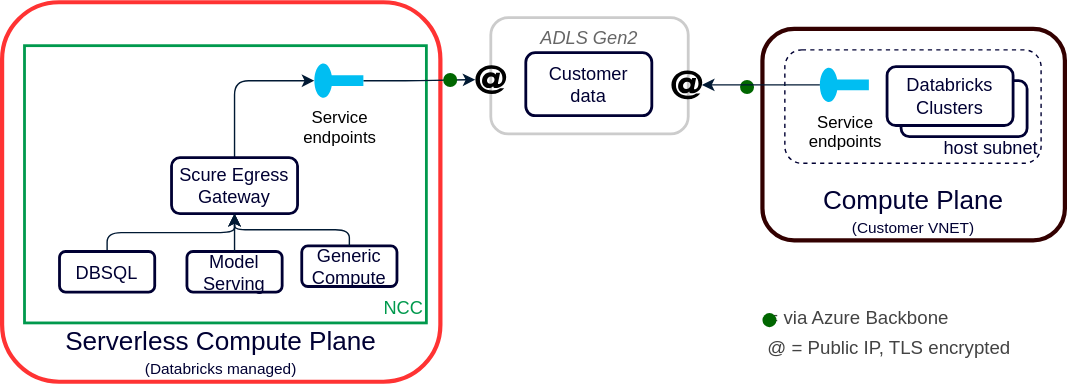
This is azure-databricks-adls-nw-rules-vnet-ncc-sep/drawio/architecture.drawio.svg from dinbab1984/terraform, a draw.io export, as it was before one commit. Source tidied: cells renumbered, new cells last; positions are measured from the earlier drawing's top-left corner, leaving out a move shared by most shapes. Source of this version:
```xml
<mxGraphModel background="#ffffff">
  <root>
    <mxCell id="0" />
    <mxCell id="1" parent="0" />
    <mxCell id="2" value="&lt;font style=&quot;font-size: 13px;&quot;&gt;&lt;i style=&quot;&quot;&gt;ADLS Gen2&lt;/i&gt;&lt;/font&gt;" style="text;whiteSpace=wrap;html=1;strokeColor=#CCCCCC;align=center;verticalAlign=top;fontColor=#666666;rounded=1;strokeWidth=2;shadow=0;" parent="1" vertex="1">
      <mxGeometry x="349" y="11" width="141" height="83" as="geometry" />
    </mxCell>
    <mxCell id="3" value="&lt;font face=&quot;DM Sans, sans-serif&quot;&gt;&lt;font style=&quot;&quot; color=&quot;#000033&quot;&gt;&lt;span style=&quot;font-size: 18.6667px;&quot;&gt;Serverless Compute Plane&lt;/span&gt;&lt;br&gt;&lt;font style=&quot;font-size: 11px;&quot;&gt;(Databricks managed)&lt;/font&gt;&lt;/font&gt;&lt;br&gt;&lt;/font&gt;" style="text;whiteSpace=wrap;html=1;strokeColor=#FF3333;fillColor=#FFFFFF;fillStyle=solid;align=center;verticalAlign=bottom;strokeWidth=3;rounded=1;" parent="1" vertex="1">
      <mxGeometry width="313" height="271" as="geometry" />
    </mxCell>
    <mxCell id="4" value="&lt;font style=&quot;font-size: 13px;&quot;&gt;&lt;font color=&quot;#00994d&quot;&gt;NCC&lt;/font&gt;&lt;br&gt;&lt;/font&gt;" style="text;whiteSpace=wrap;html=1;strokeColor=#00994D;align=right;verticalAlign=bottom;fontColor=#001933;fillColor=#FFFFFF;rounded=0;strokeWidth=2;" parent="1" vertex="1">
      <mxGeometry x="16" y="31" width="287" height="198" as="geometry" />
    </mxCell>
    <mxCell id="5" value="&lt;font style=&quot;font-size: 13px;&quot; color=&quot;#000033&quot;&gt;Customer &lt;br&gt;data&lt;br&gt;&lt;/font&gt;" style="text;whiteSpace=wrap;html=1;strokeColor=#000033;align=center;verticalAlign=middle;fontColor=#001933;fillColor=#FFFFFF;strokeWidth=2;rounded=1;" parent="1" vertex="1">
      <mxGeometry x="374" y="36" width="90" height="45" as="geometry" />
    </mxCell>
    <mxCell id="6" style="edgeStyle=orthogonalEdgeStyle;html=1;exitX=0.5;exitY=0;exitDx=0;exitDy=0;entryX=0;entryY=0.5;entryDx=0;entryDy=0;entryPerimeter=0;strokeColor=#001933;" parent="1" edge="1" source="7" target="15">
      <mxGeometry relative="1" as="geometry" />
    </mxCell>
    <mxCell id="7" value="&lt;font style=&quot;font-size: 13px;&quot; color=&quot;#000033&quot;&gt;Scure Egress Gateway&lt;br&gt;&lt;/font&gt;" style="text;whiteSpace=wrap;html=1;strokeColor=#000033;align=center;verticalAlign=middle;fontColor=#001933;fillColor=#FFFFFF;rounded=1;strokeWidth=2;" parent="1" vertex="1">
      <mxGeometry x="121" y="111" width="90" height="40" as="geometry" />
    </mxCell>
    <mxCell id="8" style="edgeStyle=orthogonalEdgeStyle;html=1;exitX=0.5;exitY=0;exitDx=0;exitDy=0;fontColor=#00994D;strokeColor=#001933;rounded=1;" parent="1" edge="1" source="9" target="7">
      <mxGeometry relative="1" as="geometry" />
    </mxCell>
    <mxCell id="9" value="&lt;font style=&quot;font-size: 13px;&quot; color=&quot;#000033&quot;&gt;DBSQL&lt;br&gt;&lt;/font&gt;" style="text;whiteSpace=wrap;html=1;strokeColor=#000033;align=center;verticalAlign=middle;fontColor=#001933;fillColor=#FFFFFF;rounded=1;strokeWidth=2;" parent="1" vertex="1">
      <mxGeometry x="41" y="178" width="68" height="29" as="geometry" />
    </mxCell>
    <mxCell id="10" style="shape=mxgraph.signs.tech.at_1;html=1;fillColor=#000000;strokeColor=none;verticalLabelPosition=bottom;verticalAlign=top;align=center;rounded=1;dashed=1;labelBackgroundColor=#FFFFFF;fillStyle=solid;strokeWidth=3;fontSize=11;fontColor=#FF3333;" parent="1" vertex="1">
      <mxGeometry x="478" y="48.8" width="22" height="20.5" as="geometry" />
    </mxCell>
    <mxCell id="11" value="&lt;b id=&quot;docs-internal-guid-6aa26d23-7fff-3ce8-ccf2-91b5ecf91f61&quot; style=&quot;font-weight:normal;&quot;&gt;&lt;p style=&quot;line-height:1.38;margin-top:0pt;margin-bottom:0pt;&quot; dir=&quot;ltr&quot;&gt;&lt;span style=&quot;background-color: transparent; font-family: &amp;quot;DM Sans&amp;quot;, sans-serif; font-size: 14px;&quot;&gt;&lt;font color=&quot;#006600&quot;&gt;&amp;nbsp;&lt;/font&gt;&lt;/span&gt;&lt;span style=&quot;background-color: transparent; color: rgb(67, 67, 67); font-family: &amp;quot;DM Sans&amp;quot;, sans-serif; font-size: 10pt;&quot;&gt; = via Azure Backbone&lt;/span&gt;&lt;/p&gt;&lt;p style=&quot;line-height:1.38;margin-top:0pt;margin-bottom:0pt;&quot; dir=&quot;ltr&quot;&gt;&lt;span style=&quot;background-color: transparent; color: rgb(67, 67, 67); font-family: &amp;quot;DM Sans&amp;quot;, sans-serif; font-size: 10pt;&quot;&gt;@ = Public IP, TLS encrypted&lt;/span&gt;&lt;/p&gt;&lt;/b&gt;" style="text;whiteSpace=wrap;html=1;fontSize=16;fontColor=#000033;" parent="1" vertex="1">
      <mxGeometry x="545" y="207" width="194" height="55" as="geometry" />
    </mxCell>
    <mxCell id="12" style="shape=ellipse;fillColor=#006600;strokeColor=none;html=1;rounded=1;dashed=1;labelBackgroundColor=#FFFFFF;fillStyle=solid;strokeWidth=3;fontSize=24;fontColor=#006600;" parent="1" vertex="1">
      <mxGeometry x="543" y="222" width="10" height="10" as="geometry" />
    </mxCell>
    <mxCell id="13" style="shape=ellipse;fillColor=#006600;strokeColor=none;html=1;rounded=1;dashed=1;labelBackgroundColor=#FFFFFF;fillStyle=solid;strokeWidth=3;fontSize=24;fontColor=#006600;" parent="1" vertex="1">
      <mxGeometry x="527" y="55.5" width="10" height="10" as="geometry" />
    </mxCell>
    <mxCell id="14" style="edgeStyle=orthogonalEdgeStyle;html=1;exitX=1;exitY=0.5;exitDx=0;exitDy=0;exitPerimeter=0;strokeColor=#001933;entryX=0;entryY=0.5;entryDx=0;entryDy=0;entryPerimeter=0;" parent="1" edge="1" source="15" target="26">
      <mxGeometry relative="1" as="geometry" />
    </mxCell>
    <mxCell id="15" value="&lt;font color=&quot;#000000&quot;&gt;Service&lt;br&gt;endpoints&lt;/font&gt;" style="verticalLabelPosition=bottom;html=1;verticalAlign=top;align=center;strokeColor=none;fillColor=#00BEF2;shape=mxgraph.azure.service_endpoint;" parent="1" vertex="1">
      <mxGeometry x="223" y="43" width="35" height="26" as="geometry" />
    </mxCell>
    <mxCell id="16" value="&lt;font style=&quot;font-size: 13px;&quot; color=&quot;#000033&quot;&gt;Model Serving&lt;br&gt;&lt;/font&gt;" style="text;whiteSpace=wrap;html=1;strokeColor=#000033;align=center;verticalAlign=middle;fontColor=#001933;fillColor=#FFFFFF;rounded=1;strokeWidth=2;" parent="1" vertex="1">
      <mxGeometry x="132" y="178" width="68" height="29" as="geometry" />
    </mxCell>
    <mxCell id="17" value="&lt;font style=&quot;font-size: 13px;&quot; color=&quot;#000033&quot;&gt;Generic Compute&lt;br&gt;&lt;/font&gt;" style="text;whiteSpace=wrap;html=1;strokeColor=#000033;align=center;verticalAlign=middle;fontColor=#001933;fillColor=#FFFFFF;rounded=1;strokeWidth=2;" parent="1" vertex="1">
      <mxGeometry x="214" y="174" width="68" height="29" as="geometry" />
    </mxCell>
    <mxCell id="18" style="edgeStyle=orthogonalEdgeStyle;html=1;exitX=0.5;exitY=0;exitDx=0;exitDy=0;fontColor=#00994D;strokeColor=#001933;rounded=1;entryX=0.5;entryY=1;entryDx=0;entryDy=0;" parent="1" edge="1" source="17" target="7">
      <mxGeometry relative="1" as="geometry" />
    </mxCell>
    <mxCell id="19" style="edgeStyle=orthogonalEdgeStyle;html=1;exitX=0.5;exitY=0;exitDx=0;exitDy=0;fontColor=#00994D;strokeColor=#001933;rounded=1;entryX=0.5;entryY=1;entryDx=0;entryDy=0;" parent="1" edge="1" source="16" target="7">
      <mxGeometry relative="1" as="geometry" />
    </mxCell>
    <mxCell id="20" value="&lt;font face=&quot;DM Sans, sans-serif&quot;&gt;&lt;font style=&quot;&quot; color=&quot;#000033&quot;&gt;&lt;span style=&quot;font-size: 18.6667px;&quot;&gt;Compute Plane&lt;/span&gt;&lt;br&gt;&lt;font style=&quot;font-size: 11px;&quot;&gt;(Customer VNET)&lt;/font&gt;&lt;/font&gt;&lt;br&gt;&lt;/font&gt;" style="text;whiteSpace=wrap;html=1;strokeColor=#330000;fillColor=#FFFFFF;fillStyle=solid;align=center;verticalAlign=bottom;strokeWidth=3;rounded=1;" parent="1" vertex="1">
      <mxGeometry x="543" y="19" width="216" height="151" as="geometry" />
    </mxCell>
    <mxCell id="21" value="&lt;font style=&quot;font-size: 13px;&quot; color=&quot;#000033&quot;&gt;host subnet&lt;br&gt;&lt;/font&gt;" style="text;whiteSpace=wrap;html=1;strokeColor=#000033;align=right;verticalAlign=bottom;fontColor=#001933;fillColor=#FFFFFF;dashed=1;rounded=1;" parent="1" vertex="1">
      <mxGeometry x="559" y="34" width="183" height="81" as="geometry" />
    </mxCell>
    <mxCell id="22" value="&lt;font style=&quot;font-size: 13px;&quot; color=&quot;#000033&quot;&gt;Databricks Clusters&lt;br&gt;&lt;/font&gt;" style="text;whiteSpace=wrap;html=1;strokeColor=#000033;align=center;verticalAlign=middle;fontColor=#001933;fillColor=#FFFFFF;rounded=1;strokeWidth=2;" parent="1" vertex="1">
      <mxGeometry x="642" y="56" width="90" height="40" as="geometry" />
    </mxCell>
    <mxCell id="23" value="&lt;font style=&quot;font-size: 13px;&quot; color=&quot;#000033&quot;&gt;Databricks Clusters&lt;br&gt;&lt;/font&gt;" style="text;whiteSpace=wrap;html=1;strokeColor=#000033;align=center;verticalAlign=middle;fontColor=#001933;fillColor=#FFFFFF;rounded=1;strokeWidth=2;" parent="1" vertex="1">
      <mxGeometry x="632" y="46" width="90" height="42" as="geometry" />
    </mxCell>
    <mxCell id="24" value="&lt;font color=&quot;#000000&quot;&gt;Service&lt;br&gt;endpoints&lt;/font&gt;" style="verticalLabelPosition=bottom;html=1;verticalAlign=top;align=center;strokeColor=none;fillColor=#00BEF2;shape=mxgraph.azure.service_endpoint;" parent="1" vertex="1">
      <mxGeometry x="584" y="46" width="35" height="26" as="geometry" />
    </mxCell>
    <mxCell id="25" style="edgeStyle=orthogonalEdgeStyle;html=1;exitX=0;exitY=0.5;exitDx=0;exitDy=0;entryX=0.99;entryY=0.5;entryDx=0;entryDy=0;entryPerimeter=0;fontColor=#666666;elbow=vertical;strokeColor=#001933;exitPerimeter=0;" parent="1" edge="1" source="24" target="10">
      <mxGeometry relative="1" as="geometry" />
    </mxCell>
    <mxCell id="26" style="shape=mxgraph.signs.tech.at_1;html=1;fillColor=#000000;strokeColor=none;verticalLabelPosition=bottom;verticalAlign=top;align=center;rounded=1;dashed=1;labelBackgroundColor=#FFFFFF;fillStyle=solid;strokeWidth=3;fontSize=11;fontColor=#FF3333;" parent="1" vertex="1">
      <mxGeometry x="338" y="45" width="22" height="20.5" as="geometry" />
    </mxCell>
    <mxCell id="27" style="shape=ellipse;fillColor=#006600;strokeColor=none;html=1;rounded=1;dashed=1;labelBackgroundColor=#FFFFFF;fillStyle=solid;strokeWidth=3;fontSize=24;fontColor=#006600;" parent="1" vertex="1">
      <mxGeometry x="315" y="50.5" width="10" height="10" as="geometry" />
    </mxCell>
  </root>
</mxGraphModel>
```
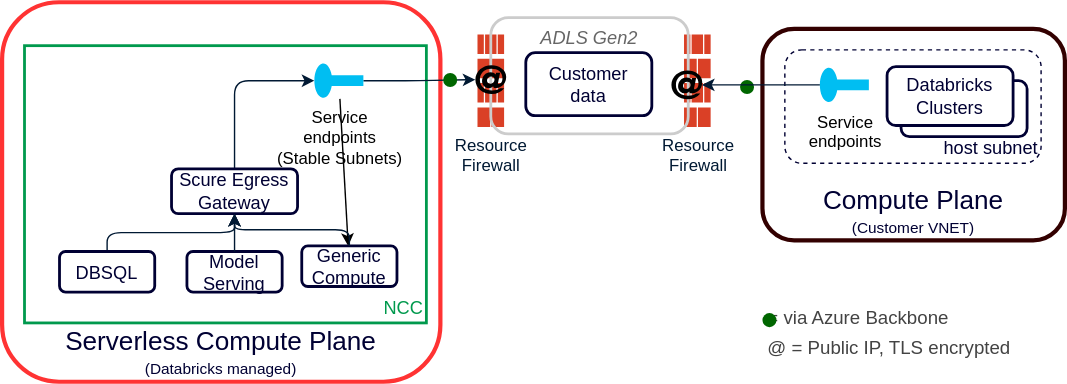
After the change.

The edit, as a diff of the source:
```diff
@@ -2,6 +2,12 @@
   <root>
     <mxCell id="0" />
     <mxCell id="1" parent="0" />
+    <mxCell id="28" value="&lt;font color=&quot;#001933&quot;&gt;Resource &lt;br&gt;Firewall&lt;/font&gt;" style="sketch=0;shadow=0;dashed=0;html=1;strokeColor=none;labelPosition=center;verticalLabelPosition=bottom;verticalAlign=top;align=center;shape=mxgraph.office.concepts.firewall;fillColor=#DA4026;" parent="1" vertex="1">
+      <mxGeometry x="339.5" y="23" width="19" height="66" as="geometry" />
+    </mxCell>
+    <mxCell id="29" value="&lt;font color=&quot;#001933&quot;&gt;Resource &lt;br&gt;Firewall&lt;/font&gt;" style="sketch=0;shadow=0;dashed=0;html=1;strokeColor=none;labelPosition=center;verticalLabelPosition=bottom;verticalAlign=top;align=center;shape=mxgraph.office.concepts.firewall;fillColor=#DA4026;" parent="1" vertex="1">
+      <mxGeometry x="487" y="23" width="19" height="66" as="geometry" />
+    </mxCell>
     <mxCell id="2" value="&lt;font style=&quot;font-size: 13px;&quot;&gt;&lt;i style=&quot;&quot;&gt;ADLS Gen2&lt;/i&gt;&lt;/font&gt;" style="text;whiteSpace=wrap;html=1;strokeColor=#CCCCCC;align=center;verticalAlign=top;fontColor=#666666;rounded=1;strokeWidth=2;shadow=0;" parent="1" vertex="1">
       <mxGeometry x="349" y="11" width="141" height="83" as="geometry" />
     </mxCell>
@@ -18,7 +24,7 @@
       <mxGeometry relative="1" as="geometry" />
     </mxCell>
     <mxCell id="7" value="&lt;font style=&quot;font-size: 13px;&quot; color=&quot;#000033&quot;&gt;Scure Egress Gateway&lt;br&gt;&lt;/font&gt;" style="text;whiteSpace=wrap;html=1;strokeColor=#000033;align=center;verticalAlign=middle;fontColor=#001933;fillColor=#FFFFFF;rounded=1;strokeWidth=2;" parent="1" vertex="1">
-      <mxGeometry x="121" y="111" width="90" height="40" as="geometry" />
+      <mxGeometry x="121" y="119" width="90" height="32" as="geometry" />
     </mxCell>
     <mxCell id="8" style="edgeStyle=orthogonalEdgeStyle;html=1;exitX=0.5;exitY=0;exitDx=0;exitDy=0;fontColor=#00994D;strokeColor=#001933;rounded=1;" parent="1" edge="1" source="9" target="7">
       <mxGeometry relative="1" as="geometry" />
@@ -41,7 +47,10 @@
     <mxCell id="14" style="edgeStyle=orthogonalEdgeStyle;html=1;exitX=1;exitY=0.5;exitDx=0;exitDy=0;exitPerimeter=0;strokeColor=#001933;entryX=0;entryY=0.5;entryDx=0;entryDy=0;entryPerimeter=0;" parent="1" edge="1" source="15" target="26">
       <mxGeometry relative="1" as="geometry" />
     </mxCell>
+    <mxCell id="30" style="edgeStyle=none;html=1;" parent="1" edge="1" source="15" target="17">
+      <mxGeometry relative="1" as="geometry" />
+    </mxCell>
-    <mxCell id="15" value="&lt;font color=&quot;#000000&quot;&gt;Service&lt;br&gt;endpoints&lt;/font&gt;" style="verticalLabelPosition=bottom;html=1;verticalAlign=top;align=center;strokeColor=none;fillColor=#00BEF2;shape=mxgraph.azure.service_endpoint;" parent="1" vertex="1">
+    <mxCell id="15" value="&lt;font color=&quot;#000000&quot;&gt;Service&lt;br&gt;endpoints&lt;br&gt;(Stable Subnets)&lt;br&gt;&lt;/font&gt;" style="verticalLabelPosition=bottom;html=1;verticalAlign=top;align=center;strokeColor=none;fillColor=#00BEF2;shape=mxgraph.azure.service_endpoint;" parent="1" vertex="1">
       <mxGeometry x="223" y="43" width="35" height="26" as="geometry" />
     </mxCell>
     <mxCell id="16" value="&lt;font style=&quot;font-size: 13px;&quot; color=&quot;#000033&quot;&gt;Model Serving&lt;br&gt;&lt;/font&gt;" style="text;whiteSpace=wrap;html=1;strokeColor=#000033;align=center;verticalAlign=middle;fontColor=#001933;fillColor=#FFFFFF;rounded=1;strokeWidth=2;" parent="1" vertex="1">
```
